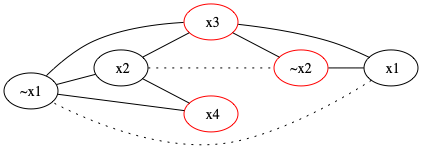
This is slides1.png from AndrewHarrisSPU/satset, a Graphviz export, as it was before one commit. Its source is kept beside it as slides1.dot. Source of this version:
```dot
strict graph {
	rankdir = LR;
	node [ color = black    ] "~x1"
	node [ color = black    ] " x2"
	node [ color = red    ] " x3"
	"~x1" -- " x2"
	" x2" -- " x3"
	" x3" -- "~x1"
	node [ color = red    ] "~x2"
	node [ color = black    ] " x1"
	node [ color = red    ] " x3"
	"~x2" -- " x1"
	" x1" -- " x3"
	" x3" -- "~x2"
	node [ color = black    ] "~x1"
	node [ color = black    ] " x2"
	node [ color = red    ] " x4"
	"~x1" -- " x2"
	" x2" -- " x4"
	" x4" -- "~x1"
	" x2" -- "~x2" [ style = dotted ]
	" x1" -- "~x1" [ style = dotted ]
}
```
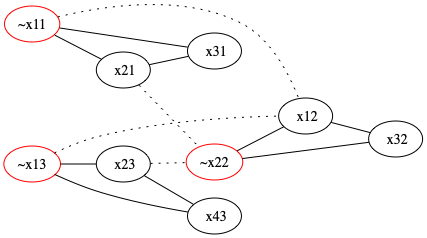
After the commit.

What changed in the source:
```diff
@@ -1,23 +1,33 @@
 strict graph {
 	rankdir = LR;
-	node [ color = black    ] "~x1"
-	node [ color = black    ] " x2"
-	node [ color = red    ] " x3"
-	"~x1" -- " x2"
-	" x2" -- " x3"
-	" x3" -- "~x1"
-	node [ color = red    ] "~x2"
-	node [ color = black    ] " x1"
-	node [ color = red    ] " x3"
-	"~x2" -- " x1"
-	" x1" -- " x3"
-	" x3" -- "~x2"
-	node [ color = black    ] "~x1"
-	node [ color = black    ] " x2"
-	node [ color = red    ] " x4"
-	"~x1" -- " x2"
-	" x2" -- " x4"
-	" x4" -- "~x1"
-	" x2" -- "~x2" [ style = dotted ]
-	" x1" -- "~x1" [ style = dotted ]
+	node [ color = red    ] "~x11"
+	node [ color = black    ] " x21"
+	node [ color = black    ] " x31"
+	"~x11" -- " x21"
+	" x21" -- " x31"
+	" x31" -- "~x11"
+	node [ color = red    ] "~x22"
+	node [ color = black    ] " x12"
+	node [ color = black    ] " x32"
+	"~x22" -- " x12"
+	" x12" -- " x32"
+	" x32" -- "~x22"
+	node [ color = red    ] "~x13"
+	node [ color = black    ] " x23"
+	node [ color = black    ] " x43"
+	"~x13" -- " x23"
+	" x23" -- " x43"
+	" x43" -- "~x13"
+	node [ color = gray fontcolor = gray pos = "-10,0!" style = dotted ] "~x11"
+	node [ color = gray fontcolor = gray pos = "-10,0!" style = dotted ] " x12"
+	"~x11" -- " x12" [ style = dotted ]
+	node [ color = gray fontcolor = gray pos = "-10,0!" style = dotted ] "~x13"
+	node [ color = gray fontcolor = gray pos = "-10,0!" style = dotted ] " x12"
+	"~x13" -- " x12" [ style = dotted ]
+	node [ color = gray fontcolor = gray pos = "-10,0!" style = dotted ] " x21"
+	node [ color = gray fontcolor = gray pos = "-10,0!" style = dotted ] "~x22"
+	" x21" -- "~x22" [ style = dotted ]
+	node [ color = gray fontcolor = gray pos = "-10,0!" style = dotted ] " x23"
+	node [ color = gray fontcolor = gray pos = "-10,0!" style = dotted ] "~x22"
+	" x23" -- "~x22" [ style = dotted ]
 }
```
